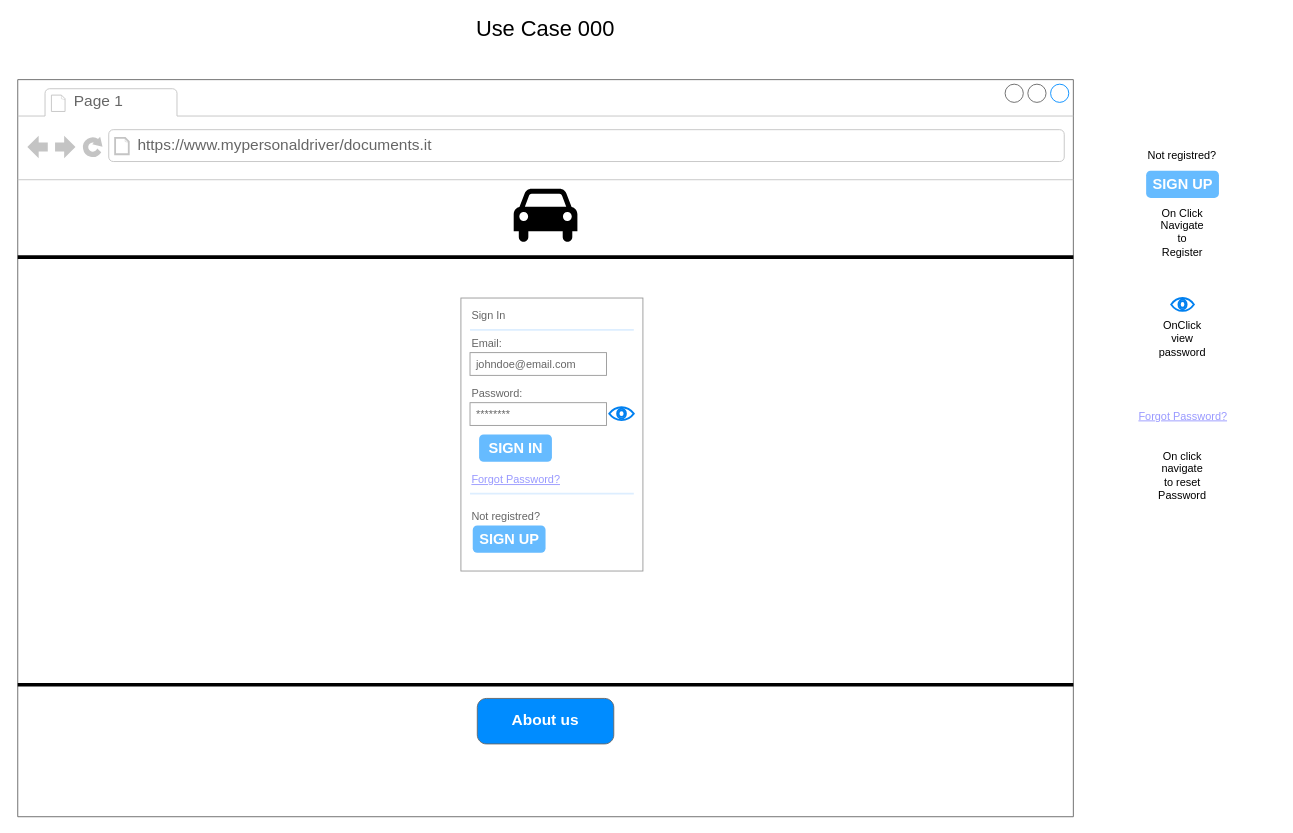
Earlier version of the draw.io diagram Documentazione/sitoWeb/templateLogin.drawio (alfacorso2024Settembre/MyPersonalDriver). Source tidied: cells renumbered, new cells numbered last; positions are measured from the earlier drawing's top-left corner, leaving out a move shared by most shapes. Both pictures are drawn from the tidied source at 91%, with x=0, y=0 at pixel (17, 15).
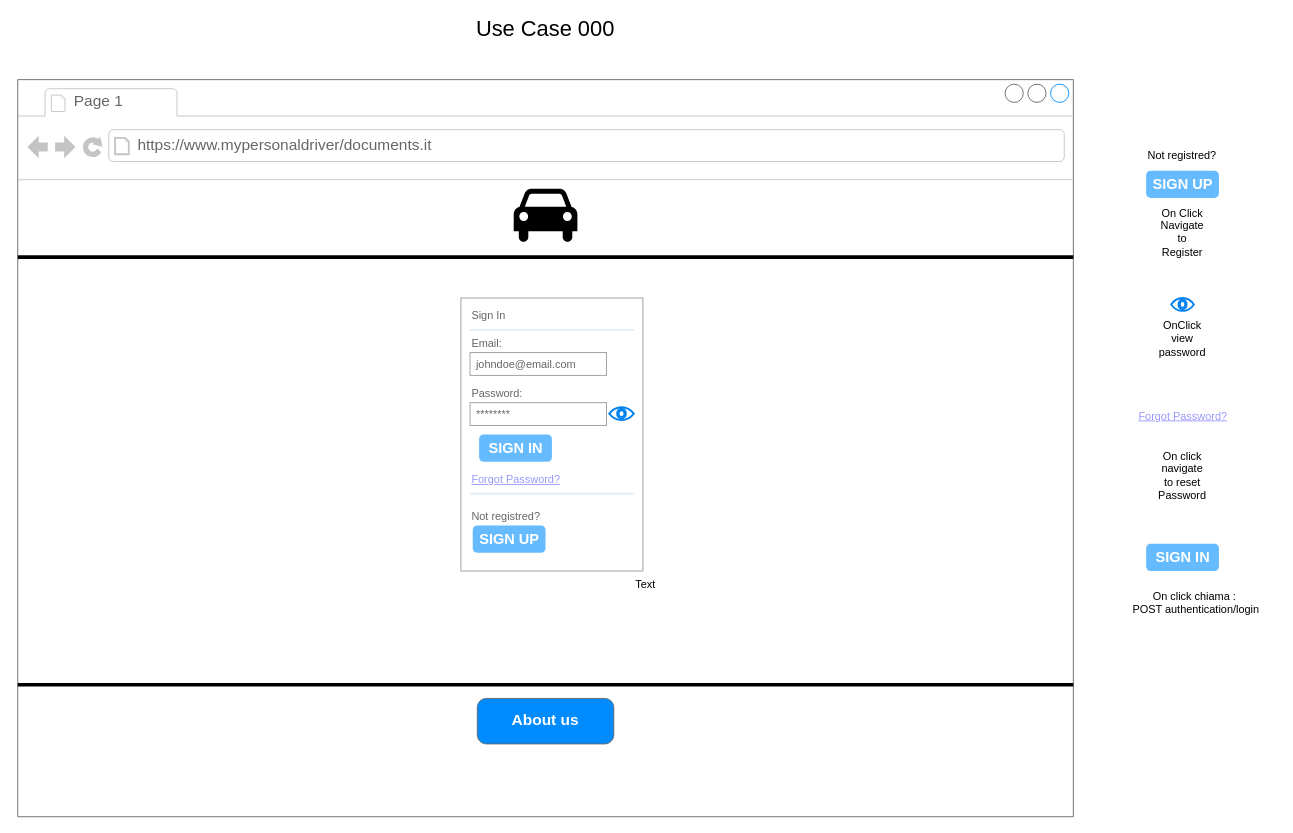
The same diagram, later.

Change to the diagram source:
```diff
@@
+    <mxCell id="30" value="SIGN IN" style="strokeWidth=1;shadow=0;dashed=0;align=center;html=1;shape=mxgraph.mockup.forms.rrect;rSize=5;strokeColor=none;fontColor=#ffffff;fillColor=#66bbff;fontSize=16;fontStyle=1;" parent="1" vertex="1">
+      <mxGeometry x="1240" y="580" width="80" height="30" as="geometry" />
+    </mxCell>
+    <mxCell id="31" value="Text" style="text;html=1;align=center;verticalAlign=middle;whiteSpace=wrap;rounded=0;" parent="1" vertex="1">
+      <mxGeometry x="660" y="610" width="60" height="30" as="geometry" />
+    </mxCell>
+    <mxCell id="32" value="On click chiama :&amp;nbsp;&lt;br&gt;POST authentication/login" style="text;html=1;align=center;verticalAlign=middle;whiteSpace=wrap;rounded=0;" parent="1" vertex="1">
+      <mxGeometry x="1205" y="630" width="180" height="30" as="geometry" />
+    </mxCell>
```
